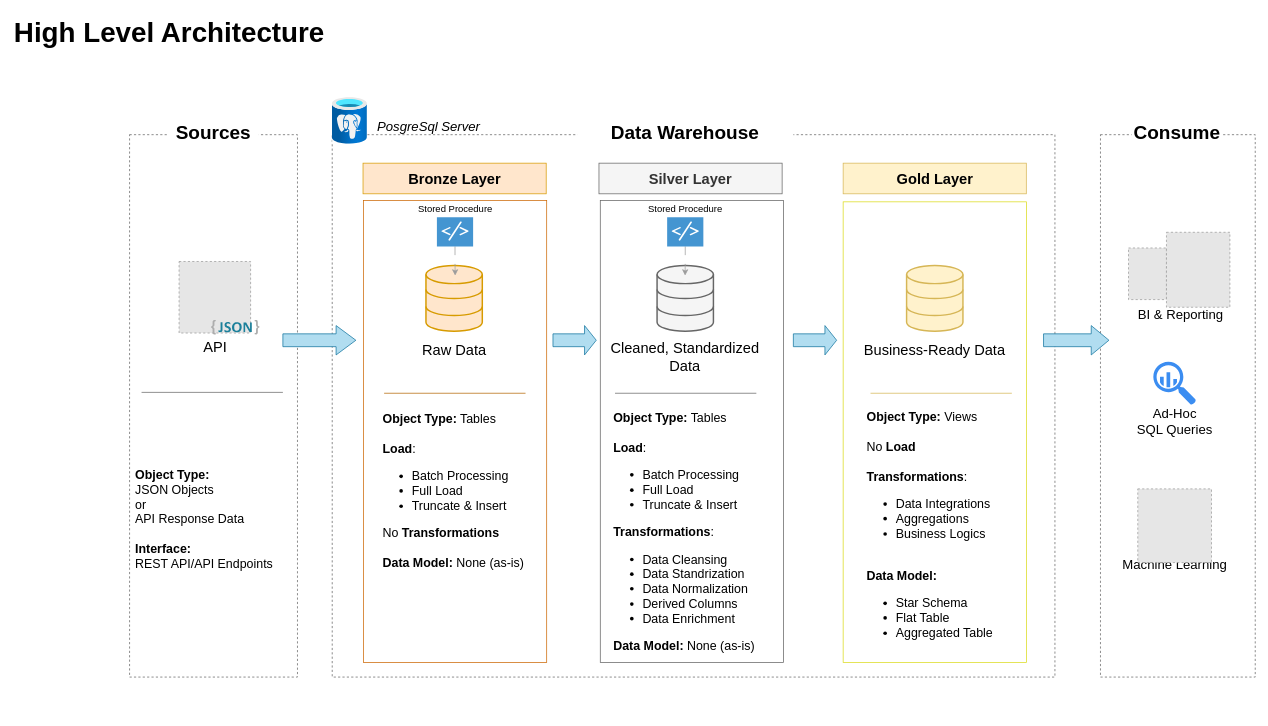
The draw.io diagram my_spotify/data_architecture.drawio in vincentthelibra/my_life_as_dwh, before the edit. Source tidied: cells renumbered, new cells numbered last; positions are measured from the earlier drawing's top-left corner, leaving out a move shared by most shapes. Both pictures are drawn from the tidied source at 73%, with x=0, y=0 at pixel (12, 12). Pictures stored in the file or linked from it are replaced by grey dashed boxes.
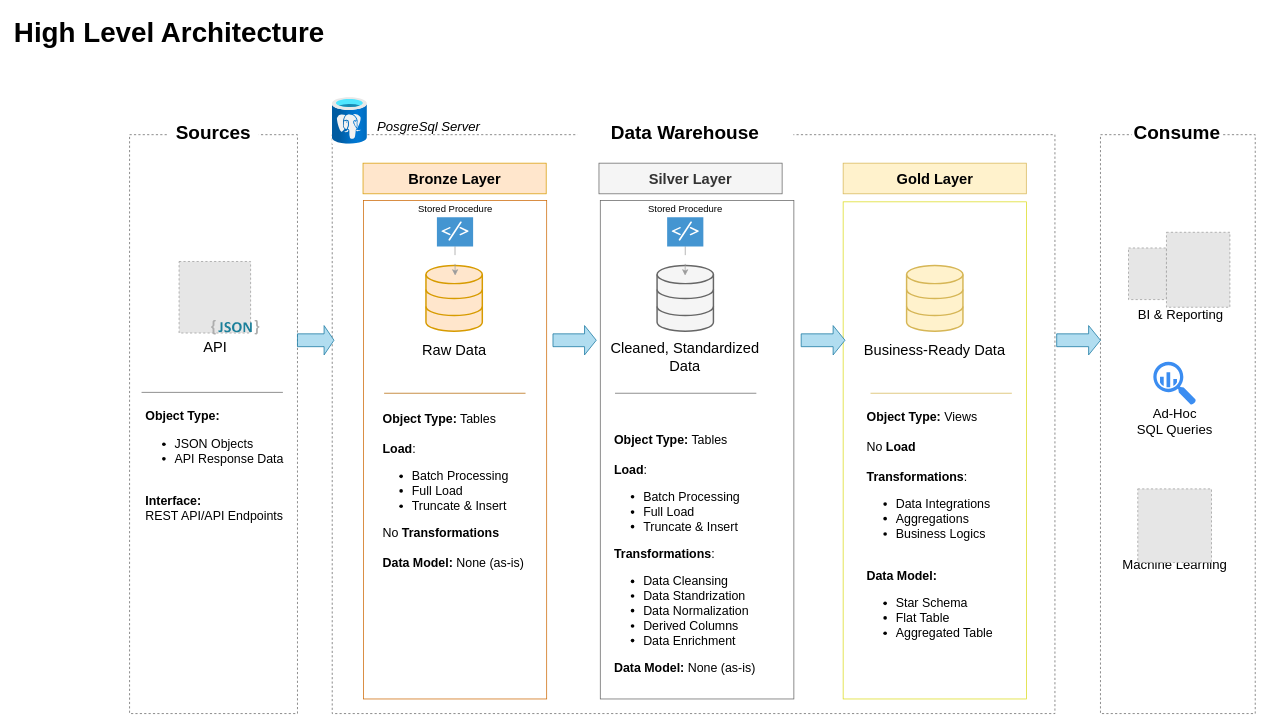
The same page after the edit.

Commit message (it also covers changes not shown here):
added main steps for spotify main.py

What changed in the source:
```diff
@@
     <mxCell id="2" style="rounded=0;whiteSpace=wrap;html=1;hachureGap=4;fontFamily=Helvetica;fontSize=20;fillStyle=cross-hatch;strokeColor=#636363;fillColor=none;dashed=1;" parent="1" vertex="1">
-      <mxGeometry x="160" y="167" width="230" height="743" as="geometry" />
+      <mxGeometry x="160" y="167" width="230" height="793" as="geometry" />
     </mxCell>
@@
     <mxCell id="4" style="rounded=0;whiteSpace=wrap;html=1;hachureGap=4;fontFamily=Helvetica;fontSize=20;fillStyle=cross-hatch;strokeColor=#636363;fillColor=none;dashed=1;" parent="1" vertex="1">
-      <mxGeometry x="1490" y="167" width="212" height="743" as="geometry" />
+      <mxGeometry x="1490" y="167" width="212" height="793" as="geometry" />
     </mxCell>
     <mxCell id="5" style="rounded=0;whiteSpace=wrap;html=1;hachureGap=4;fontFamily=Helvetica;fontSize=20;fillStyle=cross-hatch;strokeColor=#636363;fillColor=none;dashed=1;" parent="1" vertex="1">
-      <mxGeometry x="437.6" y="167" width="990" height="743" as="geometry" />
+      <mxGeometry x="437.6" y="167" width="990" height="793" as="geometry" />
     </mxCell>
     <mxCell id="6" style="rounded=0;whiteSpace=wrap;html=1;hachureGap=4;fontFamily=Helvetica;fontSize=20;fillStyle=cross-hatch;strokeColor=#DBDB1C;fillColor=none;" parent="1" vertex="1">
-      <mxGeometry x="1137.5" y="259" width="251" height="631" as="geometry" />
+      <mxGeometry x="1137.5" y="259" width="251" height="681" as="geometry" />
     </mxCell>
     <mxCell id="7" style="rounded=0;whiteSpace=wrap;html=1;hachureGap=4;fontFamily=Helvetica;fontSize=20;fillStyle=cross-hatch;strokeColor=#636363;fillColor=none;" parent="1" vertex="1">
-      <mxGeometry x="804.8" y="257" width="251" height="633" as="geometry" />
+      <mxGeometry x="804.8" y="257" width="265.2" height="683" as="geometry" />
     </mxCell>
     <mxCell id="8" style="rounded=0;whiteSpace=wrap;html=1;hachureGap=4;fontFamily=Helvetica;fontSize=20;fillStyle=cross-hatch;strokeColor=#CC6600;fillColor=none;" parent="1" vertex="1">
-      <mxGeometry x="480.4" y="257" width="251" height="633" as="geometry" />
+      <mxGeometry x="480.4" y="257" width="251" height="683" as="geometry" />
     </mxCell>
-    <mxCell id="9" value="&lt;font&gt;&lt;b style=&quot;background-color: initial;&quot;&gt;Object Type:&lt;/b&gt;&lt;/font&gt;&lt;div&gt;&lt;font&gt;JSON Objects&lt;/font&gt;&lt;/div&gt;&lt;div&gt;&lt;font&gt;or&lt;/font&gt;&lt;/div&gt;&lt;div&gt;&lt;font&gt;API Response Data&lt;span style=&quot;background-color: initial;&quot;&gt;&lt;br style=&quot;&quot;&gt;&lt;br style=&quot;&quot;&gt;&lt;/span&gt;&lt;b style=&quot;&quot;&gt;Interface:&lt;/b&gt;&lt;/font&gt;&lt;div&gt;&lt;font&gt;REST API/API Endpoints&lt;/font&gt;&lt;/div&gt;&lt;/div&gt;" style="text;html=1;strokeColor=none;fillColor=none;align=left;verticalAlign=middle;whiteSpace=wrap;rounded=0;fontSize=17;" parent="1" vertex="1">
-      <mxGeometry x="166.4" y="665" width="226.5" height="60" as="geometry" />
+    <mxCell id="9" value="&lt;font&gt;&lt;b style=&quot;background-color: initial;&quot;&gt;Object Type:&lt;/b&gt;&lt;/font&gt;&lt;div&gt;&lt;ul&gt;&lt;li&gt;&lt;font&gt;JSON Objects&lt;/font&gt;&lt;/li&gt;&lt;li&gt;&lt;font&gt;API Response Data&lt;/font&gt;&lt;/li&gt;&lt;/ul&gt;&lt;/div&gt;&lt;div&gt;&lt;font&gt;&lt;span style=&quot;background-color: initial;&quot;&gt;&lt;br style=&quot;&quot;&gt;&lt;/span&gt;&lt;b style=&quot;&quot;&gt;Interface:&lt;/b&gt;&lt;/font&gt;&lt;div&gt;&lt;font&gt;REST API/API Endpoints&lt;/font&gt;&lt;/div&gt;&lt;/div&gt;" style="text;html=1;strokeColor=none;fillColor=none;align=left;verticalAlign=middle;whiteSpace=wrap;rounded=0;fontSize=17;" parent="1" vertex="1">
+      <mxGeometry x="180" y="592.2" width="226.5" height="60" as="geometry" />
     </mxCell>
@@
     <mxCell id="20" style="shape=singleArrow;whiteSpace=wrap;html=1;fillColor=#b1ddf0;strokeColor=#10739e;arrowWidth=0.43796185699909285;arrowSize=0.27089953548693746;" parent="1" vertex="1">
-      <mxGeometry x="370" y="428.5" width="100" height="40.2" as="geometry" />
+      <mxGeometry x="390" y="428.5" width="50" height="40.2" as="geometry" />
     </mxCell>
@@
     <mxCell id="27" value="&lt;b style=&quot;background-color: initial; font-size: 17px;&quot;&gt;Object Type:&lt;/b&gt;&lt;span style=&quot;background-color: initial; font-size: 17px;&quot;&gt; Tables&lt;br style=&quot;font-size: 17px;&quot;&gt;&lt;br style=&quot;font-size: 17px;&quot;&gt;&lt;/span&gt;&lt;b style=&quot;font-size: 17px; background-color: initial;&quot;&gt;Load&lt;/b&gt;&lt;span style=&quot;font-size: 17px; background-color: initial;&quot;&gt;:&amp;nbsp;&lt;br style=&quot;font-size: 17px;&quot;&gt;&lt;/span&gt;&lt;ul style=&quot;border-color: var(--border-color); font-size: 17px;&quot;&gt;&lt;li style=&quot;border-color: var(--border-color);&quot;&gt;Batch Processing&lt;/li&gt;&lt;li style=&quot;border-color: var(--border-color); font-size: 17px;&quot;&gt;&lt;span style=&quot;font-size: 17px;&quot;&gt;Full Load&lt;/span&gt;&lt;/li&gt;&lt;li style=&quot;border-color: var(--border-color); font-size: 17px;&quot;&gt;&lt;span style=&quot;font-size: 17px;&quot;&gt;Truncate &amp;amp; Insert&lt;/span&gt;&lt;/li&gt;&lt;/ul&gt;&lt;b style=&quot;font-size: 17px; background-color: initial;&quot;&gt;Transformations&lt;/b&gt;:&lt;span style=&quot;font-size: 17px; background-color: initial;&quot;&gt;&lt;br style=&quot;font-size: 17px;&quot;&gt;&lt;/span&gt;&lt;ul style=&quot;font-size: 17px;&quot;&gt;&lt;li style=&quot;font-size: 17px;&quot;&gt;&lt;span style=&quot;font-size: 17px; background-color: initial;&quot;&gt;Data Cleansing&lt;/span&gt;&lt;br style=&quot;font-size: 17px;&quot;&gt;&lt;/li&gt;&lt;li style=&quot;font-size: 17px;&quot;&gt;&lt;span style=&quot;font-size: 17px; background-color: initial;&quot;&gt;Data Standrization&lt;/span&gt;&lt;br style=&quot;font-size: 17px;&quot;&gt;&lt;/li&gt;&lt;li style=&quot;font-size: 17px;&quot;&gt;&lt;span style=&quot;font-size: 17px; background-color: initial;&quot;&gt;Data Normalization&lt;/span&gt;&lt;br style=&quot;font-size: 17px;&quot;&gt;&lt;/li&gt;&lt;li style=&quot;font-size: 17px;&quot;&gt;&lt;span style=&quot;font-size: 17px; background-color: initial;&quot;&gt;Derived Columns&amp;nbsp;&lt;/span&gt;&lt;br style=&quot;font-size: 17px;&quot;&gt;&lt;/li&gt;&lt;li style=&quot;font-size: 17px;&quot;&gt;&lt;span style=&quot;font-size: 17px; background-color: initial;&quot;&gt;Data Enrichment&amp;nbsp;&lt;/span&gt;&lt;/li&gt;&lt;/ul&gt;&lt;b style=&quot;background-color: initial; font-size: 17px;&quot;&gt;Data Model:&lt;/b&gt;&lt;span style=&quot;background-color: initial; font-size: 17px;&quot;&gt;&amp;nbsp;&lt;/span&gt;None (as-is)" style="text;html=1;strokeColor=none;fillColor=none;align=left;verticalAlign=middle;whiteSpace=wrap;rounded=0;fontSize=17;" parent="1" vertex="1">
-      <mxGeometry x="821.2" y="541.2" width="200" height="341" as="geometry" />
+      <mxGeometry x="821.8" y="537.2" width="198.8" height="408.8" as="geometry" />
     </mxCell>
@@
     <mxCell id="31" style="shape=singleArrow;whiteSpace=wrap;html=1;fillColor=#b1ddf0;strokeColor=#10739e;arrowWidth=0.43796185699909285;arrowSize=0.27089953548693746;" parent="1" vertex="1">
-      <mxGeometry x="1069.3" y="428.5" width="59.3" height="40.2" as="geometry" />
+      <mxGeometry x="1080" y="428.5" width="60" height="40.2" as="geometry" />
     </mxCell>
     <mxCell id="32" style="shape=singleArrow;whiteSpace=wrap;html=1;fillColor=#b1ddf0;strokeColor=#10739e;arrowWidth=0.43796185699909285;arrowSize=0.27089953548693746;" parent="1" vertex="1">
-      <mxGeometry x="1412" y="428.5" width="89.6" height="40.2" as="geometry" />
+      <mxGeometry x="1430" y="428.5" width="60" height="40.2" as="geometry" />
     </mxCell>
```
